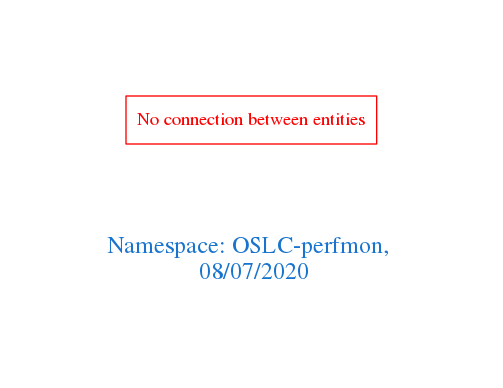
Above: downloads/OSLC-perfmon.png in arago/OGIT (Graphviz), before the change. Its source is kept beside it as downloads/OSLC-perfmon.dot.
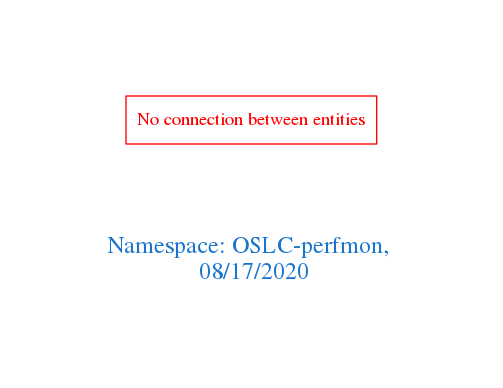
The same diagram one commit later.

Change to the diagram source:
```diff
@@ -1,7 +1,7 @@
 digraph OGIT_ontology {
  graph [ rankdir= LR,pad=1
 fontsize = 18,
-fontcolor= dodgerblue3,label = "\n\n\nNamespace: OSLC-perfmon, \n 08/07/2020"];
+fontcolor= dodgerblue3,label = "\n\n\nNamespace: OSLC-perfmon, \n 08/17/2020"];
 node[shape=polygon];
 edge [  color="gray81"];
 
```
